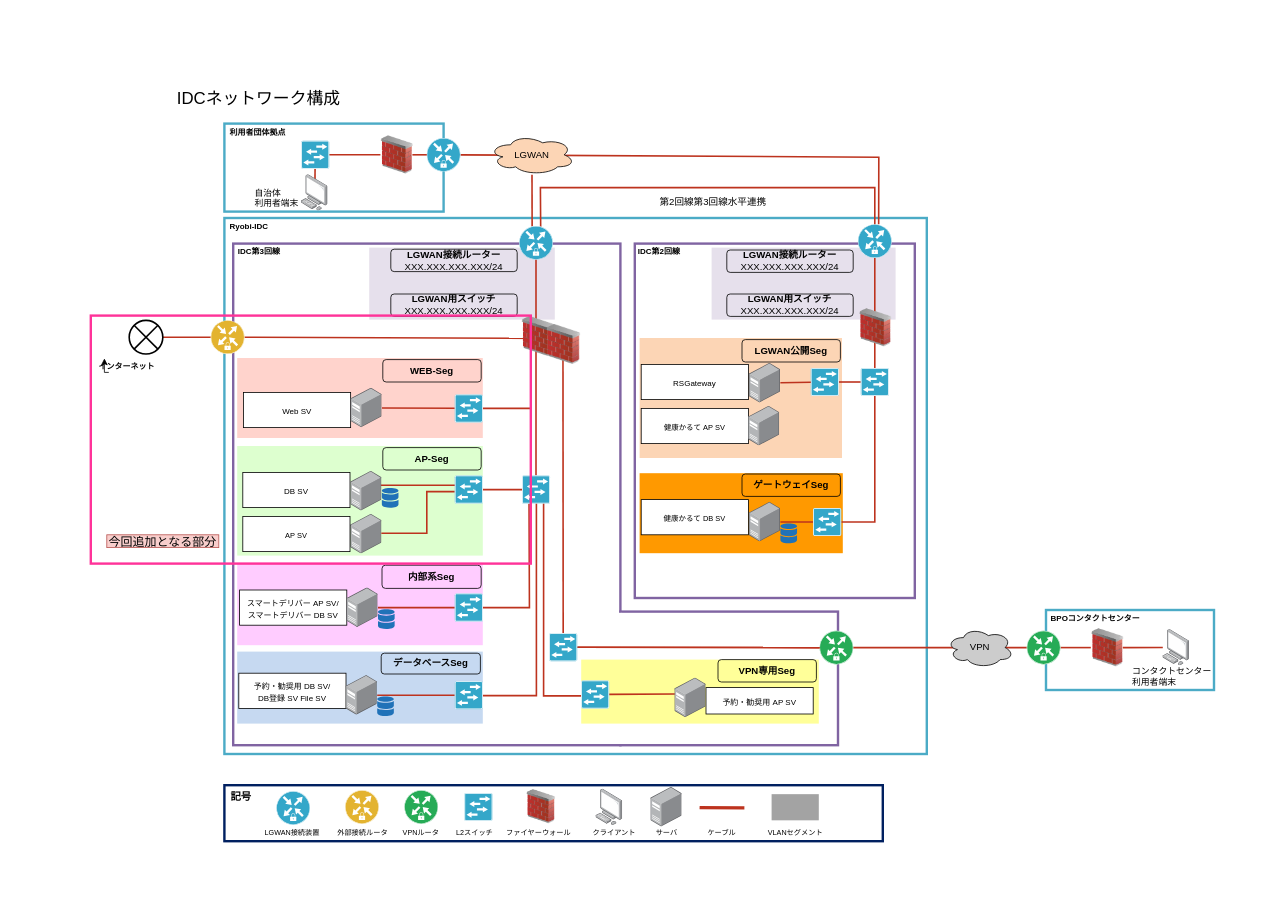
Above: lgwan-asp.drawio in cloud-kenko-ryobi/drawio (draw.io), before the change. Source tidied: cells renumbered, new cells numbered last; positions are measured from the earlier drawing's top-left corner, leaving out a move shared by most shapes. Both pictures are drawn from the tidied source at 80%, with x=0, y=0 at pixel (90, 91).
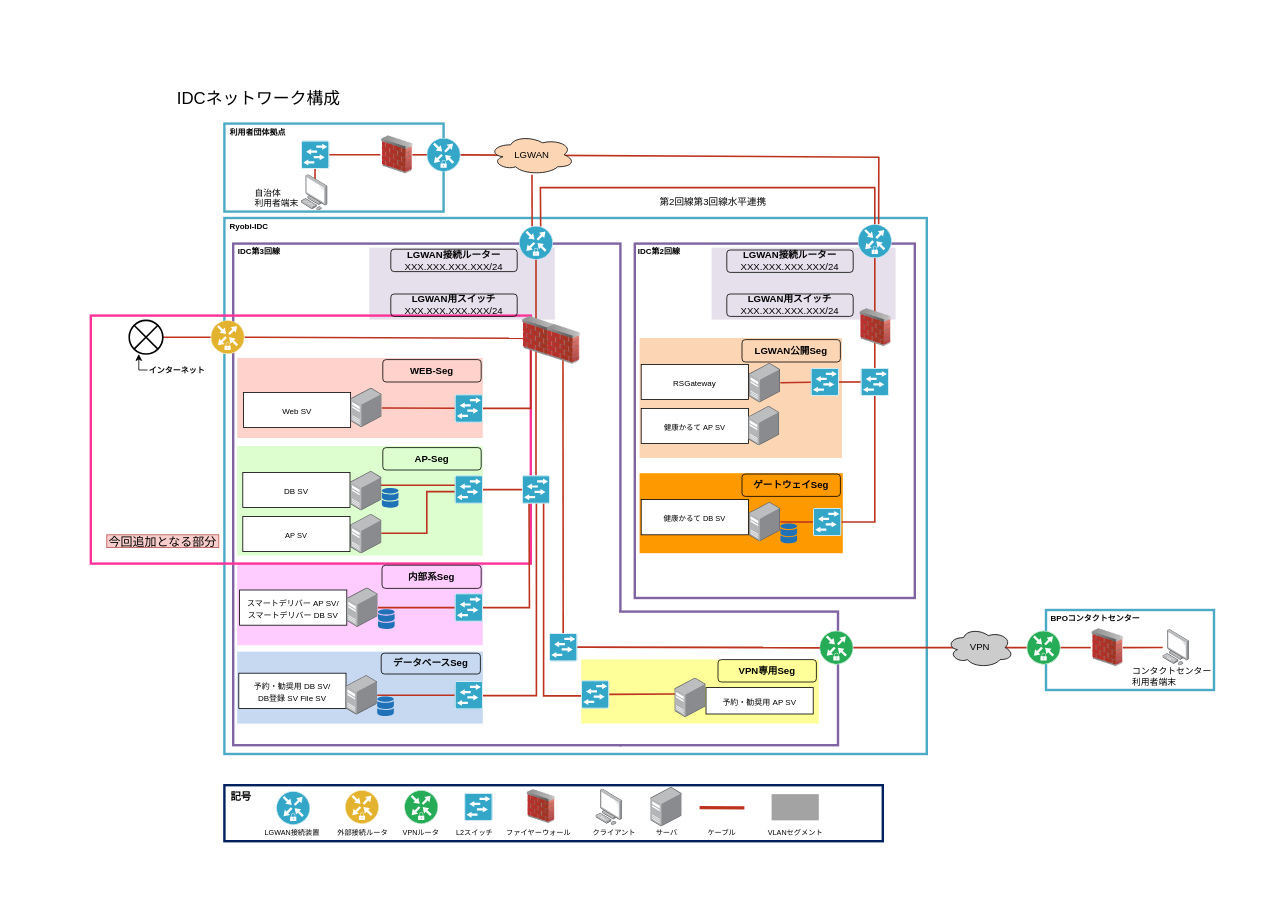
After the change.

The edit, as a diff of the source:
```diff
@@
+    <mxCell id="147" parent="0" />
+    <mxCell id="148" style="rounded=0;whiteSpace=wrap;html=1;strokeColor=none;" parent="147" vertex="1">
+      <mxGeometry x="-96" y="-97" width="1570.7" height="1110" as="geometry" />
+    </mxCell>
@@
+    <mxCell id="145" style="rounded=0;whiteSpace=wrap;html=1;gradientColor=#d5739d;fillColor=none;strokeColor=#FF3399;strokeWidth=3;" parent="23" vertex="1">
+      <mxGeometry y="280" width="550" height="310" as="geometry" />
+    </mxCell>
@@
     <mxCell id="143" value="&lt;font style=&quot;font-size: 10px&quot;&gt;&lt;b&gt;インターネット&lt;br&gt;&lt;/b&gt;&lt;/font&gt;" style="text;html=1;strokeColor=none;fillColor=none;align=center;verticalAlign=middle;whiteSpace=wrap;rounded=0;" parent="23" vertex="1">
-      <mxGeometry y="335" width="90" height="16" as="geometry" />
+      <mxGeometry x="68" y="340" width="80" height="16" as="geometry" />
     </mxCell>
-    <mxCell id="144" style="edgeStyle=orthogonalEdgeStyle;rounded=0;orthogonalLoop=1;jettySize=auto;html=1;exitX=0.25;exitY=1;exitDx=0;exitDy=0;entryX=0.189;entryY=-0.094;entryDx=0;entryDy=0;entryPerimeter=0;" parent="23" edge="1" source="143" target="143">
-      <mxGeometry relative="1" as="geometry" />
+    <mxCell id="144" style="edgeStyle=orthogonalEdgeStyle;rounded=0;orthogonalLoop=1;jettySize=auto;html=1;entryX=0.5;entryY=1;entryDx=0;entryDy=0;" parent="23" edge="1">
+      <mxGeometry relative="1" as="geometry">
+        <mxPoint x="71" y="348" as="sourcePoint" />
+        <mxPoint x="60" y="328" as="targetPoint" />
+        <Array as="points">
+          <mxPoint x="60" y="348" />
+        </Array>
+      </mxGeometry>
     </mxCell>
-    <mxCell id="145" style="rounded=0;whiteSpace=wrap;html=1;gradientColor=#d5739d;fillColor=none;strokeColor=#FF3399;strokeWidth=3;" parent="23" vertex="1">
-      <mxGeometry y="280" width="550" height="310" as="geometry" />
-    </mxCell>
```
